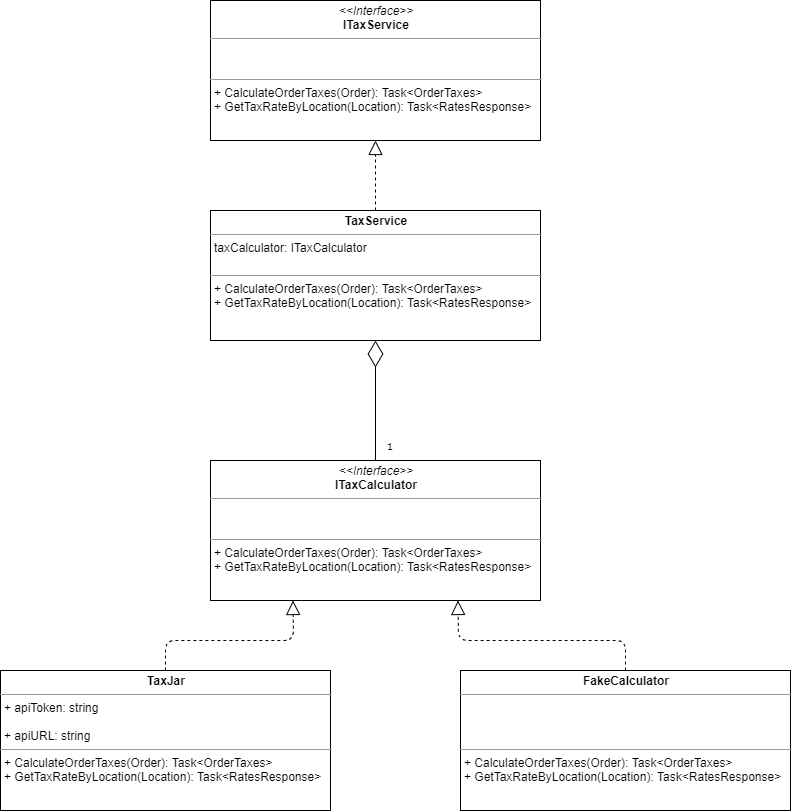
The draw.io diagram Documentation/TaxService.png in rauljuncoV/tax-service, before a commit. Source tidied: cells renumbered, new cells last; positions are measured from the earlier drawing's top-left corner, leaving out a move shared by most shapes. The source it was exported from:
```xml
<mxGraphModel background="#ffffff">
  <root>
    <mxCell id="0" />
    <mxCell id="1" parent="0" />
    <mxCell id="2" value="&lt;p style=&quot;margin: 0px ; margin-top: 4px ; text-align: center&quot;&gt;&lt;i&gt;&amp;lt;&amp;lt;Interface&amp;gt;&amp;gt;&lt;/i&gt;&lt;br&gt;&lt;b&gt;ITaxCalculator&lt;/b&gt;&lt;br&gt;&lt;/p&gt;&lt;hr size=&quot;1&quot;&gt;&lt;p style=&quot;margin: 0px ; margin-left: 4px&quot;&gt;&lt;br&gt;&lt;br&gt;&lt;/p&gt;&lt;hr size=&quot;1&quot;&gt;&lt;p style=&quot;margin: 0px ; margin-left: 4px&quot;&gt;+ CalculateOrderTaxes(Order): Task&amp;lt;OrderTaxes&amp;gt;&lt;br&gt;+ GetTaxRateByLocation(Location): Task&amp;lt;RatesResponse&amp;gt;&lt;/p&gt;" style="verticalAlign=top;align=left;overflow=fill;fontSize=12;fontFamily=Helvetica;html=1;rounded=0;shadow=0;comic=0;labelBackgroundColor=none;strokeWidth=1;" parent="1" vertex="1">
      <mxGeometry x="210" y="460" width="330" height="140" as="geometry" />
    </mxCell>
    <mxCell id="3" value="&lt;p style=&quot;margin: 0px ; margin-top: 4px ; text-align: center&quot;&gt;&lt;b&gt;TaxJar&lt;/b&gt;&lt;br&gt;&lt;/p&gt;&lt;hr size=&quot;1&quot;&gt;&lt;p style=&quot;margin: 0px ; margin-left: 4px&quot;&gt;+ apiToken: string&lt;/p&gt;&lt;p style=&quot;margin: 0px ; margin-left: 4px&quot;&gt;&lt;br&gt;+ apiURL: string&lt;br&gt;&lt;/p&gt;&lt;hr size=&quot;1&quot;&gt;&lt;p style=&quot;margin: 0px ; margin-left: 4px&quot;&gt;+ CalculateOrderTaxes(Order): Task&amp;lt;OrderTaxes&amp;gt;&lt;br&gt;+ GetTaxRateByLocation(Location): Task&amp;lt;RatesResponse&amp;gt;&lt;/p&gt;" style="verticalAlign=top;align=left;overflow=fill;fontSize=12;fontFamily=Helvetica;html=1;rounded=0;shadow=0;comic=0;labelBackgroundColor=none;strokeWidth=1;" parent="1" vertex="1">
      <mxGeometry y="670" width="330" height="140" as="geometry" />
    </mxCell>
    <mxCell id="4" value="&lt;p style=&quot;margin: 0px ; margin-top: 4px ; text-align: center&quot;&gt;&lt;b&gt;FakeCalculator&lt;/b&gt;&lt;br&gt;&lt;/p&gt;&lt;hr size=&quot;1&quot;&gt;&lt;p style=&quot;margin: 0px ; margin-left: 4px&quot;&gt;&lt;br&gt;&lt;/p&gt;&lt;p style=&quot;margin: 0px ; margin-left: 4px&quot;&gt;&lt;br&gt;&lt;br&gt;&lt;/p&gt;&lt;hr size=&quot;1&quot;&gt;&lt;p style=&quot;margin: 0px ; margin-left: 4px&quot;&gt;+ CalculateOrderTaxes(Order): Task&amp;lt;OrderTaxes&amp;gt;&lt;br&gt;+ GetTaxRateByLocation(Location): Task&amp;lt;RatesResponse&amp;gt;&lt;/p&gt;" style="verticalAlign=top;align=left;overflow=fill;fontSize=12;fontFamily=Helvetica;html=1;rounded=0;shadow=0;comic=0;labelBackgroundColor=none;strokeWidth=1;" parent="1" vertex="1">
      <mxGeometry x="460" y="670" width="330" height="140" as="geometry" />
    </mxCell>
    <mxCell id="5" value="&lt;p style=&quot;margin: 0px ; margin-top: 4px ; text-align: center&quot;&gt;&lt;i&gt;&amp;lt;&amp;lt;Interface&amp;gt;&amp;gt;&lt;/i&gt;&lt;br&gt;&lt;b&gt;ITaxService&lt;/b&gt;&lt;br&gt;&lt;/p&gt;&lt;hr size=&quot;1&quot;&gt;&lt;p style=&quot;margin: 0px ; margin-left: 4px&quot;&gt;&lt;br&gt;&lt;br&gt;&lt;/p&gt;&lt;hr size=&quot;1&quot;&gt;&lt;p style=&quot;margin: 0px ; margin-left: 4px&quot;&gt;+ CalculateOrderTaxes(Order): Task&amp;lt;OrderTaxes&amp;gt;&lt;br&gt;+ GetTaxRateByLocation(Location): Task&amp;lt;RatesResponse&amp;gt;&lt;/p&gt;" style="verticalAlign=top;align=left;overflow=fill;fontSize=12;fontFamily=Helvetica;html=1;rounded=0;shadow=0;comic=0;labelBackgroundColor=none;strokeWidth=1;" parent="1" vertex="1">
      <mxGeometry x="210" width="330" height="140" as="geometry" />
    </mxCell>
    <mxCell id="6" style="endArrow=block;dashed=1;endFill=0;endSize=12;html=1;fontFamily=Verdana;fontSize=10;exitX=0.5;exitY=0;exitDx=0;exitDy=0;entryX=0.25;entryY=1;entryDx=0;entryDy=0;" parent="1" edge="1" source="3" target="2">
      <mxGeometry relative="1" as="geometry">
        <Array as="points">
          <mxPoint x="165" y="640" />
          <mxPoint x="293" y="640" />
        </Array>
      </mxGeometry>
    </mxCell>
    <mxCell id="7" style="endArrow=block;dashed=1;endFill=0;endSize=12;html=1;fontFamily=Verdana;fontSize=10;exitX=0.5;exitY=0;exitDx=0;exitDy=0;entryX=0.75;entryY=1;entryDx=0;entryDy=0;" parent="1" edge="1" source="4" target="2">
      <mxGeometry relative="1" as="geometry">
        <Array as="points">
          <mxPoint x="625" y="640" />
          <mxPoint x="458" y="640" />
        </Array>
      </mxGeometry>
    </mxCell>
    <mxCell id="8" value="&lt;p style=&quot;margin: 0px ; margin-top: 4px ; text-align: center&quot;&gt;&lt;b&gt;TaxService&lt;/b&gt;&lt;br&gt;&lt;/p&gt;&lt;hr size=&quot;1&quot;&gt;&lt;p style=&quot;margin: 0px ; margin-left: 4px&quot;&gt;taxCalculator:&amp;nbsp;ITaxCalculator&lt;br&gt;&lt;br&gt;&lt;/p&gt;&lt;hr size=&quot;1&quot;&gt;&lt;p style=&quot;margin: 0px ; margin-left: 4px&quot;&gt;+ CalculateOrderTaxes(Order): Task&amp;lt;OrderTaxes&amp;gt;&lt;br&gt;+ GetTaxRateByLocation(Location): Task&amp;lt;RatesResponse&amp;gt;&lt;/p&gt;" style="verticalAlign=top;align=left;overflow=fill;fontSize=12;fontFamily=Helvetica;html=1;rounded=0;shadow=0;comic=0;labelBackgroundColor=none;strokeWidth=1;" parent="1" vertex="1">
      <mxGeometry x="210" y="210" width="330" height="130" as="geometry" />
    </mxCell>
    <mxCell id="9" style="endArrow=block;dashed=1;endFill=0;endSize=12;html=1;fontFamily=Verdana;fontSize=10;" parent="1" edge="1">
      <mxGeometry relative="1" as="geometry">
        <mxPoint x="375" y="210" as="sourcePoint" />
        <mxPoint x="375" y="140" as="targetPoint" />
      </mxGeometry>
    </mxCell>
    <mxCell id="10" style="endArrow=diamondThin;endFill=0;endSize=24;html=1;fontFamily=Verdana;fontSize=10;exitX=0.5;exitY=0;exitDx=0;exitDy=0;entryX=0.5;entryY=1;entryDx=0;entryDy=0;" parent="1" edge="1" source="2" target="8">
      <mxGeometry relative="1" as="geometry" />
    </mxCell>
    <mxCell id="11" value="1" style="text;html=1;strokeColor=none;fillColor=none;align=center;verticalAlign=middle;whiteSpace=wrap;rounded=0;shadow=0;comic=0;startSize=26;fontFamily=Verdana;fontSize=10;" parent="1" vertex="1">
      <mxGeometry x="370" y="435" width="40" height="20" as="geometry" />
    </mxCell>
  </root>
</mxGraphModel>
```
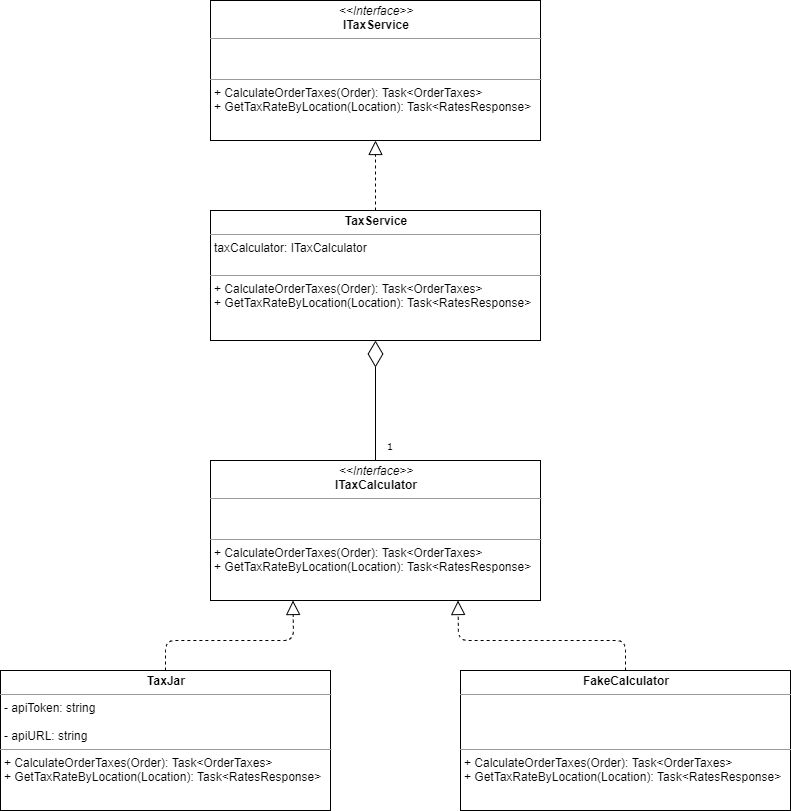
The same file after the commit.

Commit message:
updating diagram to change attributes visibility

What changed in the source:
```diff
@@ -5,7 +5,7 @@
     <mxCell id="2" value="&lt;p style=&quot;margin: 0px ; margin-top: 4px ; text-align: center&quot;&gt;&lt;i&gt;&amp;lt;&amp;lt;Interface&amp;gt;&amp;gt;&lt;/i&gt;&lt;br&gt;&lt;b&gt;ITaxCalculator&lt;/b&gt;&lt;br&gt;&lt;/p&gt;&lt;hr size=&quot;1&quot;&gt;&lt;p style=&quot;margin: 0px ; margin-left: 4px&quot;&gt;&lt;br&gt;&lt;br&gt;&lt;/p&gt;&lt;hr size=&quot;1&quot;&gt;&lt;p style=&quot;margin: 0px ; margin-left: 4px&quot;&gt;+ CalculateOrderTaxes(Order): Task&amp;lt;OrderTaxes&amp;gt;&lt;br&gt;+ GetTaxRateByLocation(Location): Task&amp;lt;RatesResponse&amp;gt;&lt;/p&gt;" style="verticalAlign=top;align=left;overflow=fill;fontSize=12;fontFamily=Helvetica;html=1;rounded=0;shadow=0;comic=0;labelBackgroundColor=none;strokeWidth=1;" parent="1" vertex="1">
       <mxGeometry x="210" y="460" width="330" height="140" as="geometry" />
     </mxCell>
-    <mxCell id="3" value="&lt;p style=&quot;margin: 0px ; margin-top: 4px ; text-align: center&quot;&gt;&lt;b&gt;TaxJar&lt;/b&gt;&lt;br&gt;&lt;/p&gt;&lt;hr size=&quot;1&quot;&gt;&lt;p style=&quot;margin: 0px ; margin-left: 4px&quot;&gt;+ apiToken: string&lt;/p&gt;&lt;p style=&quot;margin: 0px ; margin-left: 4px&quot;&gt;&lt;br&gt;+ apiURL: string&lt;br&gt;&lt;/p&gt;&lt;hr size=&quot;1&quot;&gt;&lt;p style=&quot;margin: 0px ; margin-left: 4px&quot;&gt;+ CalculateOrderTaxes(Order): Task&amp;lt;OrderTaxes&amp;gt;&lt;br&gt;+ GetTaxRateByLocation(Location): Task&amp;lt;RatesResponse&amp;gt;&lt;/p&gt;" style="verticalAlign=top;align=left;overflow=fill;fontSize=12;fontFamily=Helvetica;html=1;rounded=0;shadow=0;comic=0;labelBackgroundColor=none;strokeWidth=1;" parent="1" vertex="1">
+    <mxCell id="3" value="&lt;p style=&quot;margin: 0px ; margin-top: 4px ; text-align: center&quot;&gt;&lt;b&gt;TaxJar&lt;/b&gt;&lt;br&gt;&lt;/p&gt;&lt;hr size=&quot;1&quot;&gt;&lt;p style=&quot;margin: 0px ; margin-left: 4px&quot;&gt;- apiToken: string&lt;/p&gt;&lt;p style=&quot;margin: 0px ; margin-left: 4px&quot;&gt;&lt;br&gt;- apiURL: string&lt;br&gt;&lt;/p&gt;&lt;hr size=&quot;1&quot;&gt;&lt;p style=&quot;margin: 0px ; margin-left: 4px&quot;&gt;+ CalculateOrderTaxes(Order): Task&amp;lt;OrderTaxes&amp;gt;&lt;br&gt;+ GetTaxRateByLocation(Location): Task&amp;lt;RatesResponse&amp;gt;&lt;/p&gt;" style="verticalAlign=top;align=left;overflow=fill;fontSize=12;fontFamily=Helvetica;html=1;rounded=0;shadow=0;comic=0;labelBackgroundColor=none;strokeWidth=1;" parent="1" vertex="1">
       <mxGeometry y="670" width="330" height="140" as="geometry" />
     </mxCell>
     <mxCell id="4" value="&lt;p style=&quot;margin: 0px ; margin-top: 4px ; text-align: center&quot;&gt;&lt;b&gt;FakeCalculator&lt;/b&gt;&lt;br&gt;&lt;/p&gt;&lt;hr size=&quot;1&quot;&gt;&lt;p style=&quot;margin: 0px ; margin-left: 4px&quot;&gt;&lt;br&gt;&lt;/p&gt;&lt;p style=&quot;margin: 0px ; margin-left: 4px&quot;&gt;&lt;br&gt;&lt;br&gt;&lt;/p&gt;&lt;hr size=&quot;1&quot;&gt;&lt;p style=&quot;margin: 0px ; margin-left: 4px&quot;&gt;+ CalculateOrderTaxes(Order): Task&amp;lt;OrderTaxes&amp;gt;&lt;br&gt;+ GetTaxRateByLocation(Location): Task&amp;lt;RatesResponse&amp;gt;&lt;/p&gt;" style="verticalAlign=top;align=left;overflow=fill;fontSize=12;fontFamily=Helvetica;html=1;rounded=0;shadow=0;comic=0;labelBackgroundColor=none;strokeWidth=1;" parent="1" vertex="1">
```
